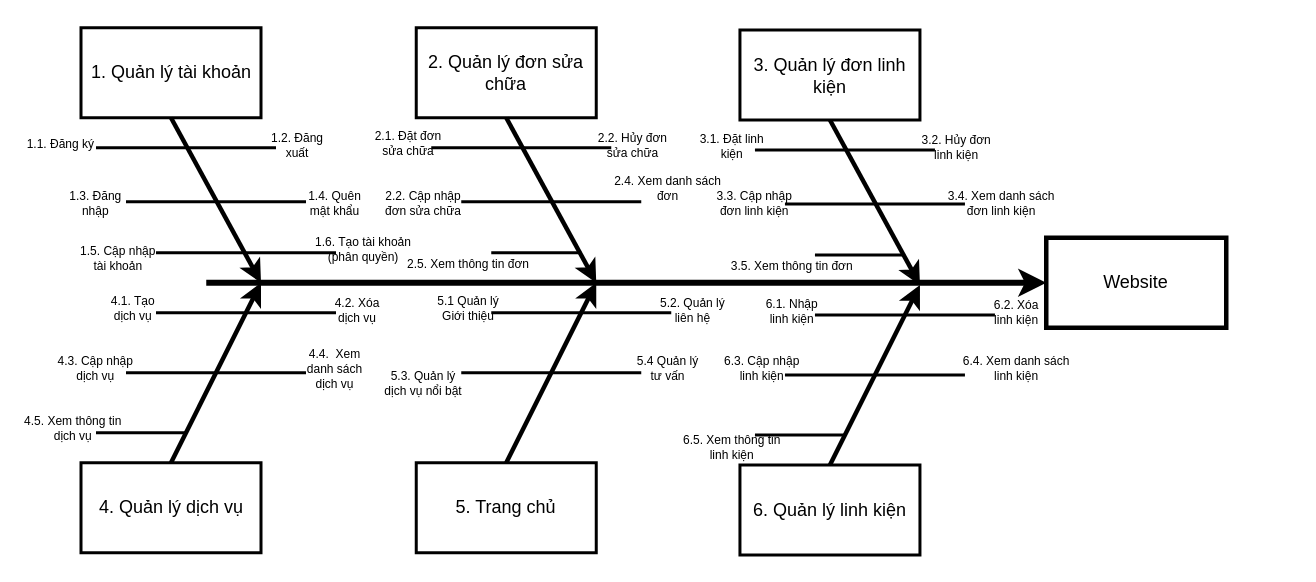
Comotcaiten/KTLYC_Prototype keeps this draw.io diagram as Drawio/FreatureTree_KTLYC_DA.drawio. Above is the earlier version. Source tidied: cells renumbered, new cells numbered last; positions are measured from the earlier drawing's top-left corner, leaving out a move shared by most shapes. Both pictures are drawn from the tidied source at 150%, with x=0, y=0 at pixel (26, 27).
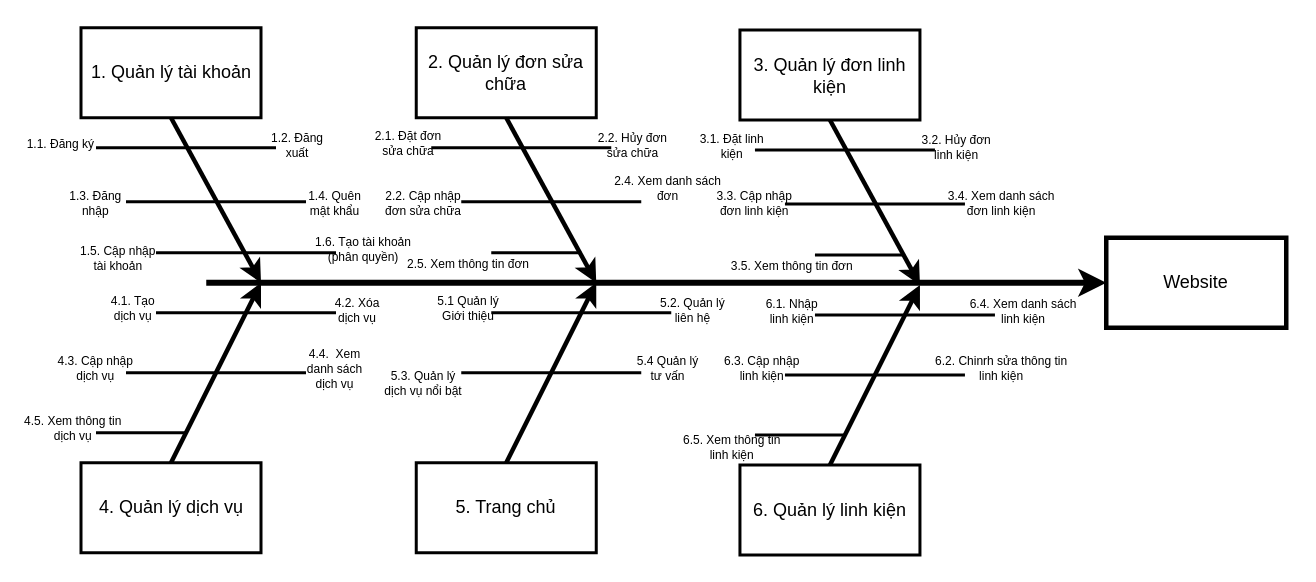
The same page after the edit.

What changed in the source:
```diff
@@
     <mxCell id="4" value="Website" style="whiteSpace=wrap;strokeWidth=3;" parent="1" vertex="1">
-      <mxGeometry x="680" y="140" width="120" height="60" as="geometry" />
+      <mxGeometry x="720" y="140" width="120" height="60" as="geometry" />
     </mxCell>
@@
-    <mxCell id="73" value="6.2. Xóa&#10;linh kiện" style="text;spacingTop=-5;fontSize=8;align=center;verticalAlign=middle;" parent="1" vertex="1">
-      <mxGeometry x="645.4" y="182.5" width="30" height="20" as="geometry" />
+    <mxCell id="73" value="6.2. Chinrh sửa thông tin&#10;linh kiện" style="text;spacingTop=-5;fontSize=8;align=center;verticalAlign=middle;" parent="1" vertex="1">
+      <mxGeometry x="635.4" y="220" width="30" height="20" as="geometry" />
     </mxCell>
     <mxCell id="74" value="6.4. Xem danh sách&#10;linh kiện" style="text;spacingTop=-5;fontSize=8;align=center;verticalAlign=middle;" parent="1" vertex="1">
-      <mxGeometry x="645.4" y="220" width="30" height="20" as="geometry" />
+      <mxGeometry x="650" y="181.5" width="30" height="20" as="geometry" />
     </mxCell>
```
